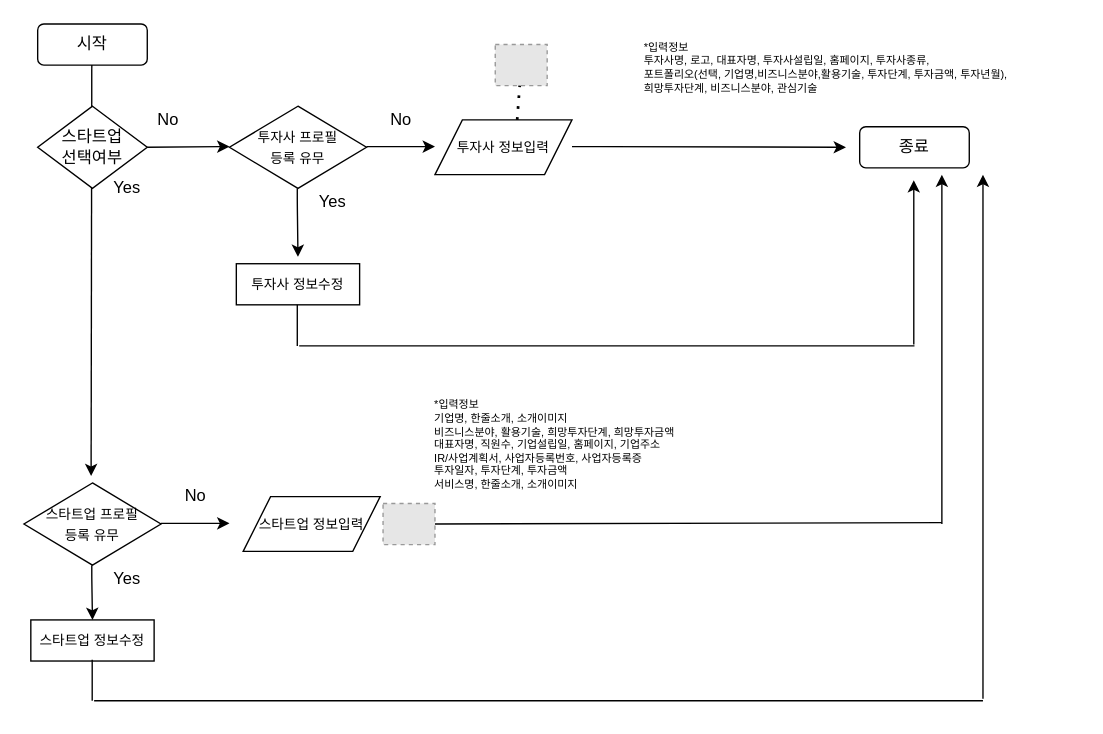
This is 투자프로필_2차수정.drawio from Lucidhomme/TIL, a draw.io file, before an edit. Source tidied: cells renumbered, new cells numbered last; positions are measured from the earlier drawing's top-left corner, leaving out a move shared by most shapes. Both pictures are drawn from the tidied source at 137%, with x=0, y=0 at pixel (23, 23). Pictures stored in the file or linked from it are replaced by grey dashed boxes.
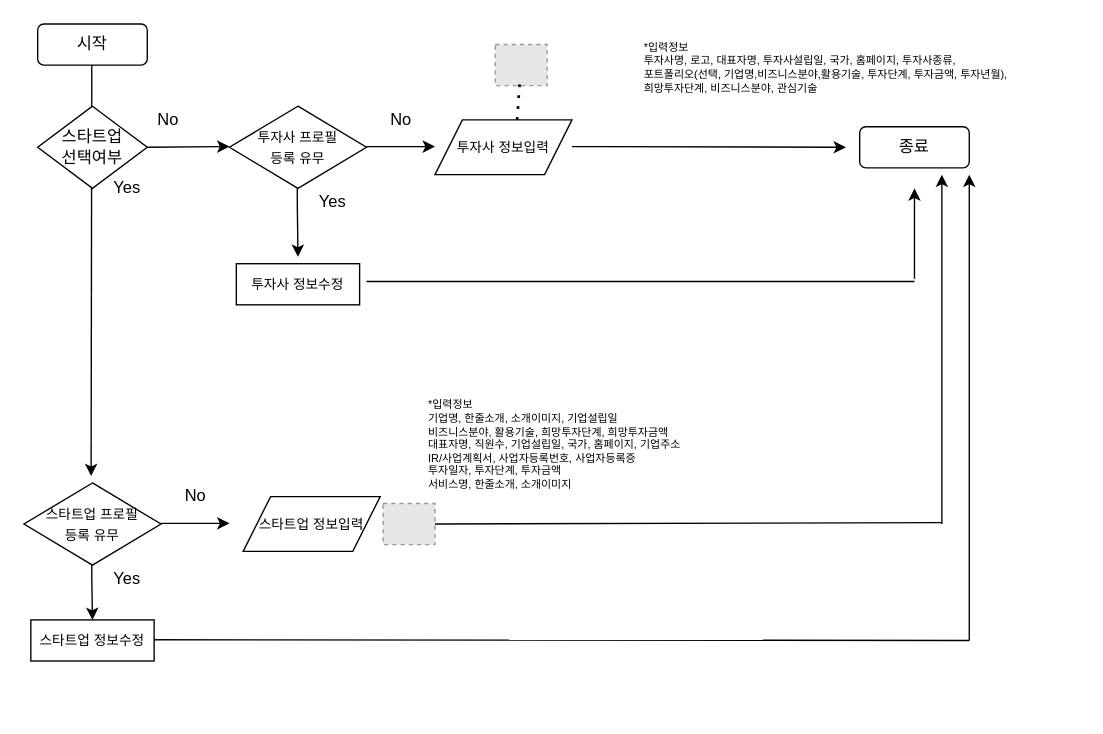
Above is the later version.

Commit message:
Update 투자프로필_2차수정.drawio

The change refers to these unchanged cells:
```xml
<mxCell id="25" style="fillColor=#E6E6E6;strokeColor=#999999;dashed=1;verticalLabelPosition=bottom;labelBackgroundColor=#ffffff;verticalAlign=top;" parent="1" vertex="1">
  <mxGeometry x="344" y="15" width="37.9" height="30" as="geometry" />
</mxCell>
```

What changed in the source:
```diff
@@
-    <mxCell id="10" value="&lt;div style=&quot;text-align: left&quot;&gt;&lt;span style=&quot;font-size: 8px&quot;&gt;*입력정보&lt;/span&gt;&lt;/div&gt;&lt;span style=&quot;font-size: 8px&quot;&gt;&lt;div style=&quot;text-align: left&quot;&gt;&lt;span&gt;투자사명, 로고, 대표자명, 투자사설립일, 홈페이지, 투자사종류,&lt;/span&gt;&lt;/div&gt;&lt;div style=&quot;text-align: left&quot;&gt;&lt;span&gt;포트폴리오(선택, 기업명,비즈니스분야,활용기술, 투자단계, 투자금액, 투자년월),&lt;/span&gt;&lt;/div&gt;&lt;div style=&quot;text-align: left&quot;&gt;&lt;span&gt;희망투자단계, 비즈니스분야, 관심기술&amp;nbsp;&lt;/span&gt;&lt;/div&gt;&lt;/span&gt;" style="text;html=1;align=center;verticalAlign=middle;fillColor=none;strokeColor=none;rounded=0;" parent="1" vertex="1">
+    <mxCell id="10" value="&lt;div style=&quot;text-align: left&quot;&gt;&lt;span style=&quot;font-size: 8px&quot;&gt;*입력정보&lt;/span&gt;&lt;/div&gt;&lt;span style=&quot;font-size: 8px&quot;&gt;&lt;div style=&quot;text-align: left&quot;&gt;&lt;span&gt;투자사명, 로고, 대표자명, 투자사설립일, 국가, 홈페이지, 투자사종류,&lt;/span&gt;&lt;/div&gt;&lt;div style=&quot;text-align: left&quot;&gt;&lt;span&gt;포트폴리오(선택, 기업명,비즈니스분야,활용기술, 투자단계, 투자금액, 투자년월),&lt;/span&gt;&lt;/div&gt;&lt;div style=&quot;text-align: left&quot;&gt;&lt;span&gt;희망투자단계, 비즈니스분야, 관심기술&amp;nbsp;&lt;/span&gt;&lt;/div&gt;&lt;/span&gt;" style="text;html=1;align=center;verticalAlign=middle;fillColor=none;strokeColor=none;rounded=0;" parent="1" vertex="1">
       <mxGeometry x="400" width="370" height="60" as="geometry" />
     </mxCell>
@@
-    <mxCell id="21" value="&lt;div style=&quot;text-align: left&quot;&gt;&lt;span style=&quot;font-size: 8px&quot;&gt;*입력정보&lt;/span&gt;&lt;/div&gt;&lt;font style=&quot;font-size: 8px&quot;&gt;&lt;div style=&quot;text-align: left&quot;&gt;&lt;span&gt;기업명, 한줄소개, 소개이미지&lt;/span&gt;&lt;/div&gt;&lt;div style=&quot;text-align: left&quot;&gt;&lt;span&gt;비즈니스분야, 활용기술, 희망투자단계, 희망투자금액&lt;/span&gt;&lt;/div&gt;&lt;div style=&quot;text-align: left&quot;&gt;&lt;span&gt;대표자명, 직원수, 기업설립일, 홈페이지, 기업주소&lt;/span&gt;&lt;/div&gt;&lt;div style=&quot;text-align: left&quot;&gt;&lt;span&gt;IR/사업계획서, 사업자등록번호, 사업자등록증&lt;/span&gt;&lt;/div&gt;&lt;div style=&quot;text-align: left&quot;&gt;투자일자, 투자단계, 투자금액&lt;/div&gt;&lt;div style=&quot;text-align: left&quot;&gt;&lt;span&gt;서비스명, 한줄소개, 소개이미지&amp;nbsp;&lt;/span&gt;&lt;/div&gt;&lt;/font&gt;" style="text;html=1;align=center;verticalAlign=middle;fillColor=none;strokeColor=none;rounded=0;" parent="1" vertex="1">
-      <mxGeometry x="262.1" y="255" width="250" height="100" as="geometry" />
+    <mxCell id="21" value="&lt;div style=&quot;text-align: left&quot;&gt;&lt;span style=&quot;font-size: 8px&quot;&gt;*입력정보&lt;/span&gt;&lt;/div&gt;&lt;font style=&quot;font-size: 8px&quot;&gt;&lt;div style=&quot;text-align: left&quot;&gt;&lt;span&gt;기업명, 한줄소개, 소개이미지, 기업설립일&lt;/span&gt;&lt;/div&gt;&lt;div style=&quot;text-align: left&quot;&gt;&lt;span&gt;비즈니스분야, 활용기술, 희망투자단계, 희망투자금액&lt;/span&gt;&lt;/div&gt;&lt;div style=&quot;text-align: left&quot;&gt;&lt;span&gt;대표자명, 직원수, 기업설립일, 국가, 홈페이지, 기업주소&lt;/span&gt;&lt;/div&gt;&lt;div style=&quot;text-align: left&quot;&gt;&lt;span&gt;IR/사업계획서, 사업자등록번호, 사업자등록증&lt;/span&gt;&lt;/div&gt;&lt;div style=&quot;text-align: left&quot;&gt;투자일자, 투자단계, 투자금액&lt;/div&gt;&lt;div style=&quot;text-align: left&quot;&gt;&lt;span&gt;서비스명, 한줄소개, 소개이미지&amp;nbsp;&lt;/span&gt;&lt;/div&gt;&lt;/font&gt;" style="text;html=1;align=center;verticalAlign=middle;fillColor=none;strokeColor=none;rounded=0;" parent="1" vertex="1">
+      <mxGeometry x="257.1" y="255" width="260" height="100" as="geometry" />
     </mxCell>
@@
-    <mxCell id="26" style="endArrow=none;dashed=1;html=1;dashPattern=1 3;strokeWidth=2;" parent="1" edge="1" target="25">
+    <mxCell id="26" style="endArrow=none;dashed=1;html=1;dashPattern=1 3;strokeWidth=2;entryX=0.475;entryY=0.833;entryDx=0;entryDy=0;entryPerimeter=0;" parent="1" edge="1" target="25">
       <mxGeometry relative="1" as="geometry">
         <mxPoint x="360" y="70" as="sourcePoint" />
       </mxGeometry>
     </mxCell>
@@
-    <mxCell id="32" style="endArrow=none;html=1;" parent="1" edge="1">
-      <mxGeometry relative="1" as="geometry">
-        <mxPoint x="199.5" y="235" as="sourcePoint" />
-        <mxPoint x="199.5" y="205" as="targetPoint" />
-      </mxGeometry>
-    </mxCell>
     <mxCell id="33" style="endArrow=none;html=1;" parent="1" edge="1">
       <mxGeometry relative="1" as="geometry">
-        <mxPoint x="200.9" y="235" as="sourcePoint" />
-        <mxPoint x="650" y="235" as="targetPoint" />
+        <mxPoint x="250" y="188" as="sourcePoint" />
+        <mxPoint x="650" y="188" as="targetPoint" />
       </mxGeometry>
     </mxCell>
     <mxCell id="34" style="endArrow=classic;html=1;" parent="1" edge="1">
       <mxGeometry relative="1" as="geometry">
-        <mxPoint x="649.5" y="234" as="sourcePoint" />
-        <mxPoint x="649.5" y="114" as="targetPoint" />
+        <mxPoint x="650" y="186" as="sourcePoint" />
+        <mxPoint x="650" y="120" as="targetPoint" />
       </mxGeometry>
     </mxCell>
-    <mxCell id="35" style="endArrow=none;html=1;" parent="1" edge="1">
-      <mxGeometry relative="1" as="geometry">
-        <mxPoint x="49.8" y="494" as="sourcePoint" />
-        <mxPoint x="49.8" y="464" as="targetPoint" />
-      </mxGeometry>
-    </mxCell>
     <mxCell id="36" style="endArrow=none;html=1;" parent="1" edge="1">
       <mxGeometry relative="1" as="geometry">
-        <mxPoint x="51.2" y="494" as="sourcePoint" />
-        <mxPoint x="700" y="494" as="targetPoint" />
+        <mxPoint x="95" y="449.5" as="sourcePoint" />
+        <mxPoint x="690" y="450" as="targetPoint" />
       </mxGeometry>
     </mxCell>
     <mxCell id="37" style="endArrow=classic;html=1;" parent="1" edge="1">
       <mxGeometry relative="1" as="geometry">
-        <mxPoint x="700" y="492.5" as="sourcePoint" />
-        <mxPoint x="700" y="110" as="targetPoint" />
+        <mxPoint x="690" y="450" as="sourcePoint" />
+        <mxPoint x="690" y="110" as="targetPoint" />
       </mxGeometry>
     </mxCell>
```
